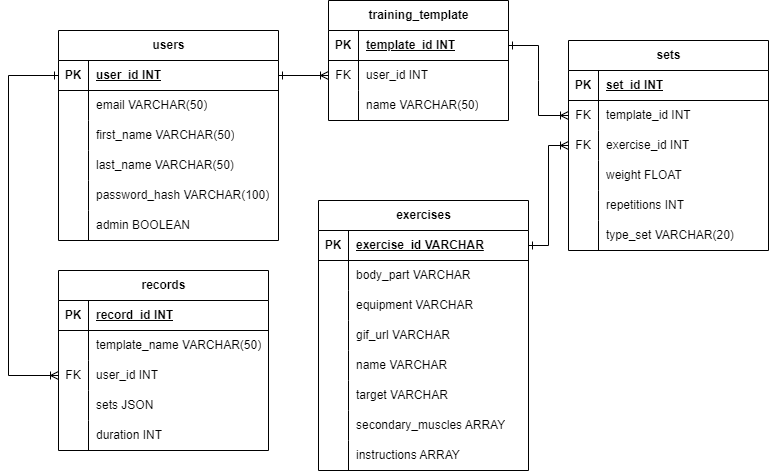
This is gym_app_diagram.drawio.png from NavarroEmiliano/fitforge-server, a draw.io export, as it was before one commit. Source tidied: cells renumbered, new cells last; positions are measured from the earlier drawing's top-left corner, leaving out a move shared by most shapes.
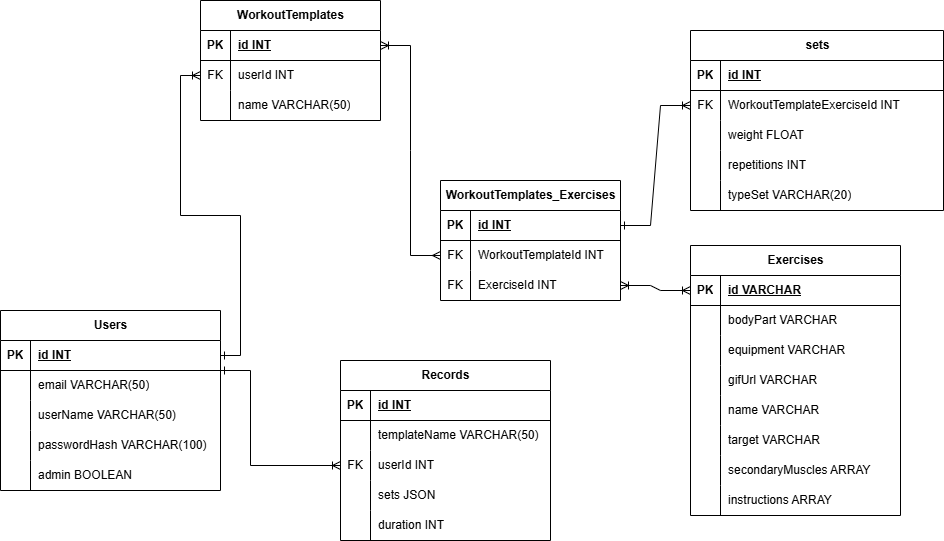
The same diagram one commit later.

Change to the diagram source:
```diff
@@ -4,4 +4,4 @@
     <mxCell id="1" parent="0" />
-    <mxCell id="2" value="users" style="shape=table;startSize=30;rowLines=0;fontStyle=1;align=center;html=1;" parent="1" vertex="1">
-      <mxGeometry x="50" y="30" width="220" height="210" as="geometry" />
+    <mxCell id="2" value="Users" style="shape=table;startSize=30;rowLines=0;fontStyle=1;align=center;html=1;" parent="1" vertex="1">
+      <mxGeometry x="100" y="290" width="220" height="180" as="geometry" />
     </mxCell>
@@ -13,3 +13,3 @@
     </mxCell>
-    <mxCell id="5" value="user_id INT" style="shape=partialRectangle;fillColor=none;top=0;left=0;bottom=0;right=0;align=left;spacingLeft=6;fontStyle=5;overflow=hidden;whiteSpace=wrap;html=1;" parent="3" vertex="1">
+    <mxCell id="5" value="&lt;div&gt;&lt;span style=&quot;background-color: initial;&quot;&gt;id INT&lt;/span&gt;&lt;br&gt;&lt;/div&gt;" style="shape=partialRectangle;fillColor=none;top=0;left=0;bottom=0;right=0;align=left;spacingLeft=6;fontStyle=5;overflow=hidden;whiteSpace=wrap;html=1;" parent="3" vertex="1">
       <mxGeometry x="30" width="190" height="30" as="geometry" />
@@ -25,13 +25,4 @@
     </mxCell>
-    <mxCell id="9" style="shape=tableRow;horizontal=0;startSize=0;swimlaneHead=0;swimlaneBody=0;fillColor=none;top=0;left=0;right=0;bottom=0;" parent="2" vertex="1">
-      <mxGeometry y="90" width="220" height="30" as="geometry" />
-    </mxCell>
-    <mxCell id="10" style="shape=partialRectangle;fillColor=none;top=0;left=0;bottom=0;right=0;overflow=hidden;whiteSpace=wrap;html=1;" parent="9" vertex="1">
-      <mxGeometry width="30" height="30" as="geometry" />
-    </mxCell>
-    <mxCell id="11" value="first_name VARCHAR(50)" style="shape=partialRectangle;fillColor=none;top=0;left=0;bottom=0;right=0;align=left;spacingLeft=6;overflow=hidden;whiteSpace=wrap;html=1;" parent="9" vertex="1">
-      <mxGeometry x="30" width="190" height="30" as="geometry" />
-    </mxCell>
     <mxCell id="12" style="shape=tableRow;horizontal=0;startSize=0;swimlaneHead=0;swimlaneBody=0;fillColor=none;top=0;left=0;right=0;bottom=0;" parent="2" vertex="1">
-      <mxGeometry y="120" width="220" height="30" as="geometry" />
+      <mxGeometry y="90" width="220" height="30" as="geometry" />
     </mxCell>
@@ -40,3 +31,3 @@
     </mxCell>
-    <mxCell id="14" value="last_name VARCHAR(50)" style="shape=partialRectangle;fillColor=none;top=0;left=0;bottom=0;right=0;align=left;spacingLeft=6;overflow=hidden;whiteSpace=wrap;html=1;" parent="12" vertex="1">
+    <mxCell id="14" value="userName VARCHAR(50)" style="shape=partialRectangle;fillColor=none;top=0;left=0;bottom=0;right=0;align=left;spacingLeft=6;overflow=hidden;whiteSpace=wrap;html=1;" parent="12" vertex="1">
       <mxGeometry x="30" width="190" height="30" as="geometry" />
@@ -44,3 +35,3 @@
     <mxCell id="15" style="shape=tableRow;horizontal=0;startSize=0;swimlaneHead=0;swimlaneBody=0;fillColor=none;top=0;left=0;right=0;bottom=0;" parent="2" vertex="1">
-      <mxGeometry y="150" width="220" height="30" as="geometry" />
+      <mxGeometry y="120" width="220" height="30" as="geometry" />
     </mxCell>
@@ -49,3 +40,3 @@
     </mxCell>
-    <mxCell id="17" value="password_hash VARCHAR(100)" style="shape=partialRectangle;fillColor=none;top=0;left=0;bottom=0;right=0;align=left;spacingLeft=6;overflow=hidden;whiteSpace=wrap;html=1;" parent="15" vertex="1">
+    <mxCell id="17" value="passwordHash VARCHAR(100)" style="shape=partialRectangle;fillColor=none;top=0;left=0;bottom=0;right=0;align=left;spacingLeft=6;overflow=hidden;whiteSpace=wrap;html=1;" parent="15" vertex="1">
       <mxGeometry x="30" width="190" height="30" as="geometry" />
@@ -53,3 +44,3 @@
     <mxCell id="18" style="shape=tableRow;horizontal=0;startSize=0;swimlaneHead=0;swimlaneBody=0;fillColor=none;top=0;left=0;right=0;bottom=0;" parent="2" vertex="1">
-      <mxGeometry y="180" width="220" height="30" as="geometry" />
+      <mxGeometry y="150" width="220" height="30" as="geometry" />
     </mxCell>
@@ -61,4 +52,4 @@
     </mxCell>
-    <mxCell id="21" value="exercises" style="shape=table;startSize=30;rowLines=0;fontStyle=1;align=center;html=1;" parent="1" vertex="1">
-      <mxGeometry x="310" y="200" width="210" height="270" as="geometry" />
+    <mxCell id="21" value="Exercises" style="shape=table;startSize=30;rowLines=0;fontStyle=1;align=center;html=1;" parent="1" vertex="1">
+      <mxGeometry x="790" y="225" width="210" height="270" as="geometry" />
     </mxCell>
@@ -70,3 +61,3 @@
     </mxCell>
-    <mxCell id="24" value="exercise_id VARCHAR" style="shape=partialRectangle;fillColor=none;top=0;left=0;bottom=0;right=0;align=left;spacingLeft=6;fontStyle=5;overflow=hidden;whiteSpace=wrap;html=1;" parent="22" vertex="1">
+    <mxCell id="24" value="id VARCHAR" style="shape=partialRectangle;fillColor=none;top=0;left=0;bottom=0;right=0;align=left;spacingLeft=6;fontStyle=5;overflow=hidden;whiteSpace=wrap;html=1;" parent="22" vertex="1">
       <mxGeometry x="30" width="180" height="30" as="geometry" />
@@ -79,3 +70,3 @@
     </mxCell>
-    <mxCell id="27" value="body_part VARCHAR" style="shape=partialRectangle;fillColor=none;top=0;left=0;bottom=0;right=0;align=left;spacingLeft=6;overflow=hidden;whiteSpace=wrap;html=1;" parent="25" vertex="1">
+    <mxCell id="27" value="bodyPart VARCHAR" style="shape=partialRectangle;fillColor=none;top=0;left=0;bottom=0;right=0;align=left;spacingLeft=6;overflow=hidden;whiteSpace=wrap;html=1;" parent="25" vertex="1">
       <mxGeometry x="30" width="180" height="30" as="geometry" />
@@ -97,3 +88,3 @@
     </mxCell>
-    <mxCell id="33" value="gif_url VARCHAR" style="shape=partialRectangle;fillColor=none;top=0;left=0;bottom=0;right=0;align=left;spacingLeft=6;overflow=hidden;whiteSpace=wrap;html=1;" parent="31" vertex="1">
+    <mxCell id="33" value="gifUrl VARCHAR" style="shape=partialRectangle;fillColor=none;top=0;left=0;bottom=0;right=0;align=left;spacingLeft=6;overflow=hidden;whiteSpace=wrap;html=1;" parent="31" vertex="1">
       <mxGeometry x="30" width="180" height="30" as="geometry" />
@@ -124,3 +115,3 @@
     </mxCell>
-    <mxCell id="42" value="secondary_muscles ARRAY" style="shape=partialRectangle;fillColor=none;top=0;left=0;bottom=0;right=0;align=left;spacingLeft=6;overflow=hidden;whiteSpace=wrap;html=1;" parent="40" vertex="1">
+    <mxCell id="42" value="secondaryMuscles ARRAY" style="shape=partialRectangle;fillColor=none;top=0;left=0;bottom=0;right=0;align=left;spacingLeft=6;overflow=hidden;whiteSpace=wrap;html=1;" parent="40" vertex="1">
       <mxGeometry x="30" width="180" height="30" as="geometry" />
@@ -136,4 +127,4 @@
     </mxCell>
-    <mxCell id="46" value="training_template" style="shape=table;startSize=30;rowLines=0;fontStyle=1;align=center;html=1;" parent="1" vertex="1">
-      <mxGeometry x="320" width="180" height="120" as="geometry" />
+    <mxCell id="46" value="WorkoutTemplates" style="shape=table;startSize=30;rowLines=0;fontStyle=1;align=center;html=1;" parent="1" vertex="1">
+      <mxGeometry x="300" y="-20" width="180" height="120" as="geometry" />
     </mxCell>
@@ -145,3 +136,3 @@
     </mxCell>
-    <mxCell id="49" value="template_id INT" style="shape=partialRectangle;fillColor=none;top=0;left=0;bottom=0;right=0;align=left;spacingLeft=6;fontStyle=5;overflow=hidden;whiteSpace=wrap;html=1;" parent="47" vertex="1">
+    <mxCell id="49" value="id INT" style="shape=partialRectangle;fillColor=none;top=0;left=0;bottom=0;right=0;align=left;spacingLeft=6;fontStyle=5;overflow=hidden;whiteSpace=wrap;html=1;" parent="47" vertex="1">
       <mxGeometry x="30" width="150" height="30" as="geometry" />
@@ -154,3 +145,3 @@
     </mxCell>
-    <mxCell id="52" value="user_id INT" style="shape=partialRectangle;fillColor=none;top=0;left=0;bottom=0;right=0;align=left;spacingLeft=6;overflow=hidden;whiteSpace=wrap;html=1;" parent="50" vertex="1">
+    <mxCell id="52" value="userId INT" style="shape=partialRectangle;fillColor=none;top=0;left=0;bottom=0;right=0;align=left;spacingLeft=6;overflow=hidden;whiteSpace=wrap;html=1;" parent="50" vertex="1">
       <mxGeometry x="30" width="150" height="30" as="geometry" />
@@ -167,6 +158,6 @@
     <mxCell id="56" value="sets" style="shape=table;startSize=30;rowLines=0;fontStyle=1;align=center;html=1;" parent="1" vertex="1">
-      <mxGeometry x="560" y="40" width="200" height="210" as="geometry" />
+      <mxGeometry x="790" y="10" width="253" height="180" as="geometry" />
     </mxCell>
     <mxCell id="57" style="shape=tableRow;horizontal=0;startSize=0;swimlaneHead=0;swimlaneBody=0;fillColor=none;top=0;left=0;right=0;bottom=1;" parent="56" vertex="1">
-      <mxGeometry y="30" width="200" height="30" as="geometry" />
+      <mxGeometry y="30" width="253" height="30" as="geometry" />
     </mxCell>
@@ -175,7 +166,7 @@
     </mxCell>
-    <mxCell id="59" value="set_id INT" style="shape=partialRectangle;fillColor=none;top=0;left=0;bottom=0;right=0;align=left;spacingLeft=6;fontStyle=5;overflow=hidden;whiteSpace=wrap;html=1;" parent="57" vertex="1">
-      <mxGeometry x="30" width="170" height="30" as="geometry" />
+    <mxCell id="59" value="id INT" style="shape=partialRectangle;fillColor=none;top=0;left=0;bottom=0;right=0;align=left;spacingLeft=6;fontStyle=5;overflow=hidden;whiteSpace=wrap;html=1;" parent="57" vertex="1">
+      <mxGeometry x="30" width="223" height="30" as="geometry" />
     </mxCell>
     <mxCell id="60" style="shape=tableRow;horizontal=0;startSize=0;swimlaneHead=0;swimlaneBody=0;fillColor=none;points=[[0,0.5],[1,0.5]];portConstraint=eastwest;top=0;left=0;right=0;bottom=0;" parent="56" vertex="1">
-      <mxGeometry y="60" width="200" height="30" as="geometry" />
+      <mxGeometry y="60" width="253" height="30" as="geometry" />
     </mxCell>
@@ -184,16 +175,7 @@
     </mxCell>
-    <mxCell id="62" value="template_id INT" style="shape=partialRectangle;fillColor=none;top=0;left=0;bottom=0;right=0;align=left;spacingLeft=6;overflow=hidden;whiteSpace=wrap;html=1;" parent="60" vertex="1">
-      <mxGeometry x="30" width="170" height="30" as="geometry" />
+    <mxCell id="62" value="WorkoutTemplateExerciseId INT" style="shape=partialRectangle;fillColor=none;top=0;left=0;bottom=0;right=0;align=left;spacingLeft=6;overflow=hidden;whiteSpace=wrap;html=1;" parent="60" vertex="1">
+      <mxGeometry x="30" width="223" height="30" as="geometry" />
     </mxCell>
-    <mxCell id="63" style="shape=tableRow;horizontal=0;startSize=0;swimlaneHead=0;swimlaneBody=0;fillColor=none;points=[[0,0.5],[1,0.5]];portConstraint=eastwest;top=0;left=0;right=0;bottom=0;" parent="56" vertex="1">
-      <mxGeometry y="90" width="200" height="30" as="geometry" />
-    </mxCell>
-    <mxCell id="64" value="FK" style="shape=partialRectangle;fillColor=none;top=0;left=0;bottom=0;right=0;overflow=hidden;whiteSpace=wrap;html=1;" parent="63" vertex="1">
-      <mxGeometry width="30" height="30" as="geometry" />
-    </mxCell>
-    <mxCell id="65" value="exercise_id INT" style="shape=partialRectangle;fillColor=none;top=0;left=0;bottom=0;right=0;align=left;spacingLeft=6;overflow=hidden;whiteSpace=wrap;html=1;" parent="63" vertex="1">
-      <mxGeometry x="30" width="170" height="30" as="geometry" />
-    </mxCell>
     <mxCell id="66" style="shape=tableRow;horizontal=0;startSize=0;swimlaneHead=0;swimlaneBody=0;fillColor=none;top=0;left=0;right=0;bottom=0;" parent="56" vertex="1">
-      <mxGeometry y="120" width="200" height="30" as="geometry" />
+      <mxGeometry y="90" width="253" height="30" as="geometry" />
     </mxCell>
@@ -203,6 +185,6 @@
     <mxCell id="68" value="weight FLOAT" style="shape=partialRectangle;fillColor=none;top=0;left=0;bottom=0;right=0;align=left;spacingLeft=6;overflow=hidden;whiteSpace=wrap;html=1;" parent="66" vertex="1">
-      <mxGeometry x="30" width="170" height="30" as="geometry" />
+      <mxGeometry x="30" width="223" height="30" as="geometry" />
     </mxCell>
     <mxCell id="69" style="shape=tableRow;horizontal=0;startSize=0;swimlaneHead=0;swimlaneBody=0;fillColor=none;top=0;left=0;right=0;bottom=0;" parent="56" vertex="1">
-      <mxGeometry y="150" width="200" height="30" as="geometry" />
+      <mxGeometry y="120" width="253" height="30" as="geometry" />
     </mxCell>
@@ -212,6 +194,6 @@
     <mxCell id="71" value="repetitions INT" style="shape=partialRectangle;fillColor=none;top=0;left=0;bottom=0;right=0;align=left;spacingLeft=6;overflow=hidden;whiteSpace=wrap;html=1;" parent="69" vertex="1">
-      <mxGeometry x="30" width="170" height="30" as="geometry" />
+      <mxGeometry x="30" width="223" height="30" as="geometry" />
     </mxCell>
     <mxCell id="72" style="shape=tableRow;horizontal=0;startSize=0;swimlaneHead=0;swimlaneBody=0;fillColor=none;top=0;left=0;right=0;bottom=0;" parent="56" vertex="1">
-      <mxGeometry y="180" width="200" height="30" as="geometry" />
+      <mxGeometry y="150" width="253" height="30" as="geometry" />
     </mxCell>
@@ -220,10 +202,10 @@
     </mxCell>
-    <mxCell id="74" value="type_set VARCHAR(20)" style="shape=partialRectangle;fillColor=none;top=0;left=0;bottom=0;right=0;align=left;spacingLeft=6;overflow=hidden;whiteSpace=wrap;html=1;" parent="72" vertex="1">
-      <mxGeometry x="30" width="170" height="30" as="geometry" />
+    <mxCell id="74" value="typeSet VARCHAR(20)" style="shape=partialRectangle;fillColor=none;top=0;left=0;bottom=0;right=0;align=left;spacingLeft=6;overflow=hidden;whiteSpace=wrap;html=1;" parent="72" vertex="1">
+      <mxGeometry x="30" width="223" height="30" as="geometry" />
     </mxCell>
-    <mxCell id="75" style="edgeStyle=entityRelationEdgeStyle;rounded=0;jettySize=auto;html=1;exitX=1;exitY=0.5;exitDx=0;exitDy=0;entryX=0;entryY=0.5;entryDx=0;entryDy=0;endArrow=ERoneToMany;endFill=0;startArrow=ERone;startFill=0;" parent="1" edge="1" source="3" target="50">
+    <mxCell id="75" style="edgeStyle=orthogonalEdgeStyle;rounded=0;jettySize=auto;html=1;exitX=1;exitY=0.5;exitDx=0;exitDy=0;entryX=0;entryY=0.5;entryDx=0;entryDy=0;endArrow=ERoneToMany;endFill=0;startArrow=ERone;startFill=0;" parent="1" edge="1" source="3" target="50">
       <mxGeometry relative="1" as="geometry" />
     </mxCell>
-    <mxCell id="76" value="records" style="shape=table;startSize=30;rowLines=0;fontStyle=1;align=center;html=1;" parent="1" vertex="1">
-      <mxGeometry x="50" y="270" width="210" height="180" as="geometry" />
+    <mxCell id="76" value="Records" style="shape=table;startSize=30;rowLines=0;fontStyle=1;align=center;html=1;" parent="1" vertex="1">
+      <mxGeometry x="440" y="340" width="210" height="180" as="geometry" />
     </mxCell>
@@ -235,3 +217,3 @@
     </mxCell>
-    <mxCell id="79" value="record_id INT" style="shape=partialRectangle;fillColor=none;top=0;left=0;bottom=0;right=0;align=left;spacingLeft=6;fontStyle=5;overflow=hidden;whiteSpace=wrap;html=1;" parent="77" vertex="1">
+    <mxCell id="79" value="id INT" style="shape=partialRectangle;fillColor=none;top=0;left=0;bottom=0;right=0;align=left;spacingLeft=6;fontStyle=5;overflow=hidden;whiteSpace=wrap;html=1;" parent="77" vertex="1">
       <mxGeometry x="30" width="180" height="30" as="geometry" />
@@ -244,3 +226,3 @@
     </mxCell>
-    <mxCell id="82" value="template_name VARCHAR(50)" style="shape=partialRectangle;fillColor=none;top=0;left=0;bottom=0;right=0;align=left;spacingLeft=6;overflow=hidden;whiteSpace=wrap;html=1;" parent="80" vertex="1">
+    <mxCell id="82" value="templateName VARCHAR(50)" style="shape=partialRectangle;fillColor=none;top=0;left=0;bottom=0;right=0;align=left;spacingLeft=6;overflow=hidden;whiteSpace=wrap;html=1;" parent="80" vertex="1">
       <mxGeometry x="30" width="180" height="30" as="geometry" />
@@ -253,3 +235,3 @@
     </mxCell>
-    <mxCell id="85" value="user_id INT" style="shape=partialRectangle;fillColor=none;top=0;left=0;bottom=0;right=0;align=left;spacingLeft=6;overflow=hidden;whiteSpace=wrap;html=1;" parent="83" vertex="1">
+    <mxCell id="85" value="userId INT" style="shape=partialRectangle;fillColor=none;top=0;left=0;bottom=0;right=0;align=left;spacingLeft=6;overflow=hidden;whiteSpace=wrap;html=1;" parent="83" vertex="1">
       <mxGeometry x="30" width="180" height="30" as="geometry" />
@@ -274,12 +256,7 @@
     </mxCell>
-    <mxCell id="92" style="edgeStyle=entityRelationEdgeStyle;rounded=0;jettySize=auto;html=1;exitX=1;exitY=0.5;exitDx=0;exitDy=0;entryX=0;entryY=0.5;entryDx=0;entryDy=0;endArrow=ERoneToMany;endFill=0;startArrow=ERone;startFill=0;" parent="1" edge="1" source="47" target="60">
-      <mxGeometry relative="1" as="geometry" />
-    </mxCell>
-    <mxCell id="93" style="edgeStyle=orthogonalEdgeStyle;rounded=0;jettySize=auto;html=1;exitX=1;exitY=0.5;exitDx=0;exitDy=0;entryX=0;entryY=0.5;entryDx=0;entryDy=0;endArrow=ERoneToMany;endFill=0;startArrow=ERone;startFill=0;" parent="1" edge="1" source="22" target="63">
-      <mxGeometry relative="1" as="geometry" />
-    </mxCell>
-    <mxCell id="94" style="edgeStyle=elbowEdgeStyle;rounded=0;jettySize=auto;html=1;entryX=0;entryY=0.5;entryDx=0;entryDy=0;endArrow=ERone;endFill=0;startArrow=ERoneToMany;startFill=0;exitX=0;exitY=0.5;exitDx=0;exitDy=0;" parent="1" edge="1" source="83" target="3">
+    <mxCell id="94" style="edgeStyle=elbowEdgeStyle;rounded=0;jettySize=auto;html=1;endArrow=ERone;endFill=0;startArrow=ERoneToMany;startFill=0;" parent="1" edge="1" source="83">
       <mxGeometry relative="1" as="geometry">
+        <mxPoint x="320" y="350" as="targetPoint" />
         <Array as="points">
-          <mxPoint y="200" />
+          <mxPoint x="350" y="590" />
         </Array>
@@ -287,2 +264,41 @@
     </mxCell>
+    <mxCell id="95" value="WorkoutTemplates_Exercises" style="shape=table;startSize=30;rowLines=0;fontStyle=1;align=center;html=1;" parent="1" vertex="1">
+      <mxGeometry x="540" y="160" width="180" height="120" as="geometry" />
+    </mxCell>
+    <mxCell id="96" style="shape=tableRow;horizontal=0;startSize=0;swimlaneHead=0;swimlaneBody=0;fillColor=none;points=[[0,0.5],[1,0.5]];portConstraint=eastwest;top=0;left=0;right=0;bottom=1;" parent="95" vertex="1">
+      <mxGeometry y="30" width="180" height="30" as="geometry" />
+    </mxCell>
+    <mxCell id="97" value="PK" style="shape=partialRectangle;fillColor=none;top=0;left=0;bottom=0;right=0;fontStyle=1;overflow=hidden;whiteSpace=wrap;html=1;" parent="96" vertex="1">
+      <mxGeometry width="30" height="30" as="geometry" />
+    </mxCell>
+    <mxCell id="98" value="id INT" style="shape=partialRectangle;fillColor=none;top=0;left=0;bottom=0;right=0;align=left;spacingLeft=6;fontStyle=5;overflow=hidden;whiteSpace=wrap;html=1;" parent="96" vertex="1">
+      <mxGeometry x="30" width="150" height="30" as="geometry" />
+    </mxCell>
+    <mxCell id="99" style="shape=tableRow;horizontal=0;startSize=0;swimlaneHead=0;swimlaneBody=0;fillColor=none;points=[[0,0.5],[1,0.5]];portConstraint=eastwest;top=0;left=0;right=0;bottom=0;" parent="95" vertex="1">
+      <mxGeometry y="60" width="180" height="30" as="geometry" />
+    </mxCell>
+    <mxCell id="100" value="FK" style="shape=partialRectangle;fillColor=none;top=0;left=0;bottom=0;right=0;overflow=hidden;whiteSpace=wrap;html=1;" parent="99" vertex="1">
+      <mxGeometry width="30" height="30" as="geometry" />
+    </mxCell>
+    <mxCell id="101" value="WorkoutTemplateId INT" style="shape=partialRectangle;fillColor=none;top=0;left=0;bottom=0;right=0;align=left;spacingLeft=6;overflow=hidden;whiteSpace=wrap;html=1;" parent="99" vertex="1">
+      <mxGeometry x="30" width="150" height="30" as="geometry" />
+    </mxCell>
+    <mxCell id="102" style="shape=tableRow;horizontal=0;startSize=0;swimlaneHead=0;swimlaneBody=0;fillColor=none;points=[[0,0.5],[1,0.5]];portConstraint=eastwest;top=0;left=0;right=0;bottom=0;" parent="95" vertex="1">
+      <mxGeometry y="90" width="180" height="30" as="geometry" />
+    </mxCell>
+    <mxCell id="103" value="FK" style="shape=partialRectangle;fillColor=none;top=0;left=0;bottom=0;right=0;overflow=hidden;whiteSpace=wrap;html=1;" parent="102" vertex="1">
+      <mxGeometry width="30" height="30" as="geometry" />
+    </mxCell>
+    <mxCell id="104" value="ExerciseId INT" style="shape=partialRectangle;fillColor=none;top=0;left=0;bottom=0;right=0;align=left;spacingLeft=6;overflow=hidden;whiteSpace=wrap;html=1;" parent="102" vertex="1">
+      <mxGeometry x="30" width="150" height="30" as="geometry" />
+    </mxCell>
+    <mxCell id="105" style="edgeStyle=entityRelationEdgeStyle;rounded=0;jettySize=auto;html=1;exitX=1;exitY=0.5;exitDx=0;exitDy=0;entryX=0;entryY=0.5;entryDx=0;entryDy=0;startArrow=ERoneToMany;startFill=0;endArrow=ERmany;endFill=0;" parent="1" edge="1" source="47" target="99">
+      <mxGeometry relative="1" as="geometry" />
+    </mxCell>
+    <mxCell id="106" style="edgeStyle=entityRelationEdgeStyle;rounded=0;jettySize=auto;html=1;exitX=1;exitY=0.5;exitDx=0;exitDy=0;entryX=0;entryY=0.5;entryDx=0;entryDy=0;startArrow=ERoneToMany;startFill=0;endArrow=ERoneToMany;endFill=0;" parent="1" edge="1" source="102" target="22">
+      <mxGeometry relative="1" as="geometry" />
+    </mxCell>
+    <mxCell id="107" style="edgeStyle=entityRelationEdgeStyle;rounded=0;jettySize=auto;html=1;exitX=1;exitY=0.5;exitDx=0;exitDy=0;entryX=0;entryY=0.5;entryDx=0;entryDy=0;endArrow=ERoneToMany;endFill=0;startArrow=ERone;startFill=0;" parent="1" edge="1" source="96" target="60">
+      <mxGeometry relative="1" as="geometry" />
+    </mxCell>
   </root>
```
